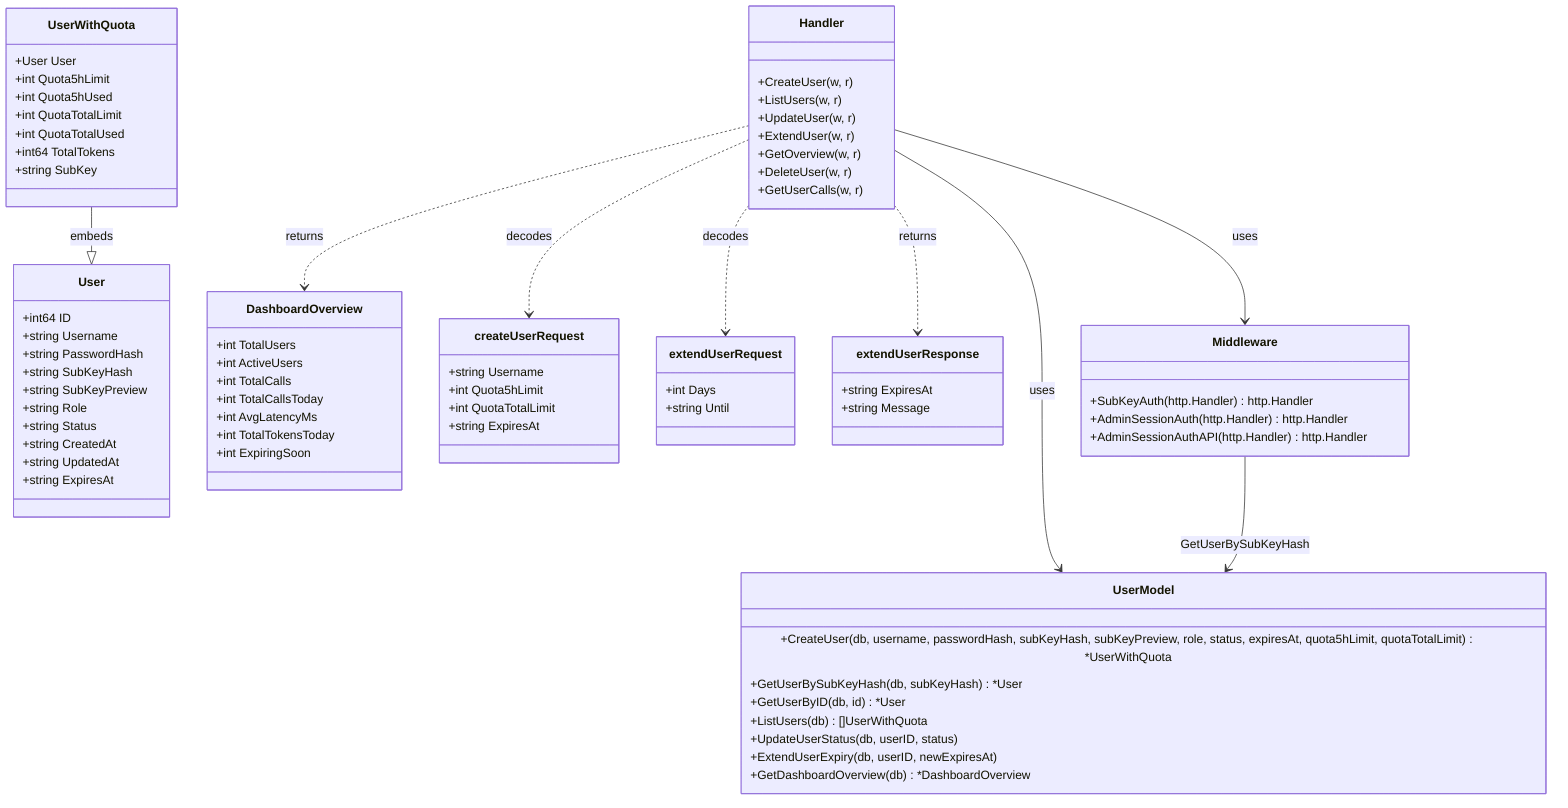
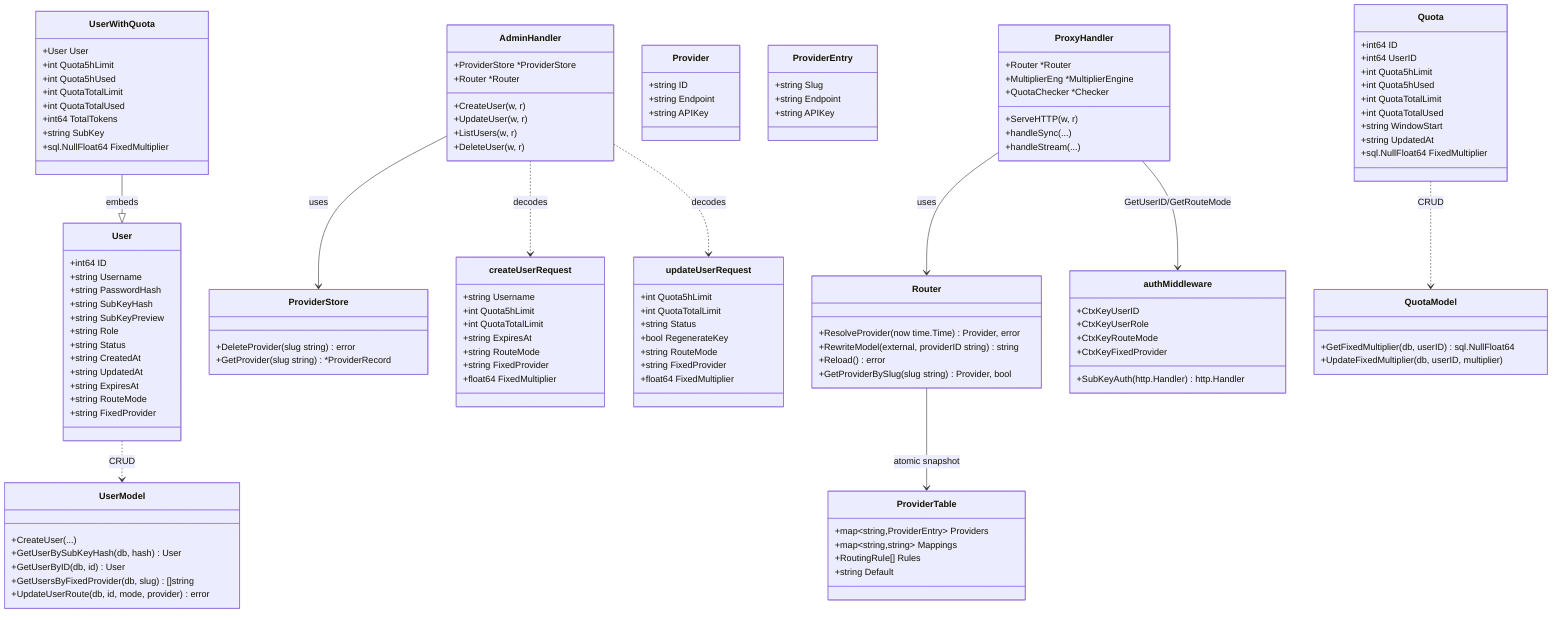
classDiagram
    class User {
        +int64 ID
        +string Username
        +string PasswordHash
        +string SubKeyHash
        +string SubKeyPreview
        +string Role
        +string Status
        +string CreatedAt
        +string UpdatedAt
        +string ExpiresAt
+         +string RouteMode
+         +string FixedProvider
    }

    class UserWithQuota {
        +User User
        +int Quota5hLimit
        +int Quota5hUsed
        +int QuotaTotalLimit
        +int QuotaTotalUsed
        +int64 TotalTokens
        +string SubKey
+         +sql.NullFloat64 FixedMultiplier
    }

-     class DashboardOverview {
-         +int TotalUsers
-         +int ActiveUsers
-         +int TotalCalls
-         +int TotalCallsToday
-         +int AvgLatencyMs
-         +int TotalTokensToday
-         +int ExpiringSoon
+     class Quota {
+         +int64 ID
+         +int64 UserID
+         +int Quota5hLimit
+         +int Quota5hUsed
+         +int QuotaTotalLimit
+         +int QuotaTotalUsed
+         +string WindowStart
+         +string UpdatedAt
+         +sql.NullFloat64 FixedMultiplier
    }

    class createUserRequest {
        +string Username
        +int Quota5hLimit
        +int QuotaTotalLimit
        +string ExpiresAt
+         +string RouteMode
+         +string FixedProvider
+         +float64 FixedMultiplier
    }

-     class extendUserRequest {
-         +int Days
-         +string Until
+     class updateUserRequest {
+         +int Quota5hLimit
+         +int QuotaTotalLimit
+         +string Status
+         +bool RegenerateKey
+         +string RouteMode
+         +string FixedProvider
+         +float64 FixedMultiplier
    }

-     class extendUserResponse {
-         +string ExpiresAt
-         +string Message
+     class Router {
+         +ResolveProvider(now time.Time) Provider, error
+         +RewriteModel(external, providerID string) string
+         +Reload() error
+         +GetProviderBySlug(slug string) Provider, bool
    }

-     class Middleware {
-         +SubKeyAuth(http.Handler) http.Handler
-         +AdminSessionAuth(http.Handler) http.Handler
-         +AdminSessionAuthAPI(http.Handler) http.Handler
+     class Provider {
+         +string ID
+         +string Endpoint
+         +string APIKey
    }

-     class Handler {
+     class ProviderTable {
+         +map~string,ProviderEntry~ Providers
+         +map~string,map~string,string~ Mappings
+         +RoutingRule[] Rules
+         +string Default
+     }
+ 
+     class ProviderEntry {
+         +string Slug
+         +string Endpoint
+         +string APIKey
+     }
+ 
+     class authMiddleware {
+         +SubKeyAuth(http.Handler) http.Handler
+         +CtxKeyUserID
+         +CtxKeyUserRole
+         +CtxKeyRouteMode
+         +CtxKeyFixedProvider
+     }
+ 
+     class ProxyHandler {
+         +ServeHTTP(w, r)
+         +handleSync(...)
+         +handleStream(...)
+         +Router *Router
+         +MultiplierEng *MultiplierEngine
+         +QuotaChecker *Checker
+     }
+ 
+     class AdminHandler {
        +CreateUser(w, r)
+         +UpdateUser(w, r)
        +ListUsers(w, r)
-         +UpdateUser(w, r)
-         +ExtendUser(w, r)
-         +GetOverview(w, r)
        +DeleteUser(w, r)
-         +GetUserCalls(w, r)
+         +ProviderStore *ProviderStore
+         +Router *Router
+     }
+ 
+     class ProviderStore {
+         +DeleteProvider(slug string) error
+         +GetProvider(slug string) *ProviderRecord
+     }
+ 
+     class QuotaModel {
+         +GetFixedMultiplier(db, userID) sql.NullFloat64
+         +UpdateFixedMultiplier(db, userID, multiplier)
    }

    class UserModel {
-         +CreateUser(db, username, passwordHash, subKeyHash, subKeyPreview, role, status, expiresAt, quota5hLimit, quotaTotalLimit) *UserWithQuota
-         +GetUserBySubKeyHash(db, subKeyHash) *User
-         +GetUserByID(db, id) *User
-         +ListUsers(db) []UserWithQuota
-         +UpdateUserStatus(db, userID, status)
-         +ExtendUserExpiry(db, userID, newExpiresAt)
-         +GetDashboardOverview(db) *DashboardOverview
+         +CreateUser(...)
+         +GetUserBySubKeyHash(db, hash) User
+         +GetUserByID(db, id) User
+         +GetUsersByFixedProvider(db, slug) []string
+         +UpdateUserRoute(db, id, mode, provider) error
    }

-     Handler --> UserModel : uses
-     Handler --> Middleware : uses
-     Middleware --> UserModel : GetUserBySubKeyHash
    UserWithQuota --|> User : embeds
-     Handler ..> createUserRequest : decodes
-     Handler ..> extendUserRequest : decodes
-     Handler ..> extendUserResponse : returns
-     Handler ..> DashboardOverview : returns
+     ProxyHandler --> Router : uses
+     ProxyHandler --> authMiddleware : GetUserID/GetRouteMode
+     Router --> ProviderTable : atomic snapshot
+     AdminHandler --> ProviderStore : uses
+     AdminHandler ..> createUserRequest : decodes
+     AdminHandler ..> updateUserRequest : decodes
+     Quota ..> QuotaModel : CRUD
+     User ..> UserModel : CRUD
